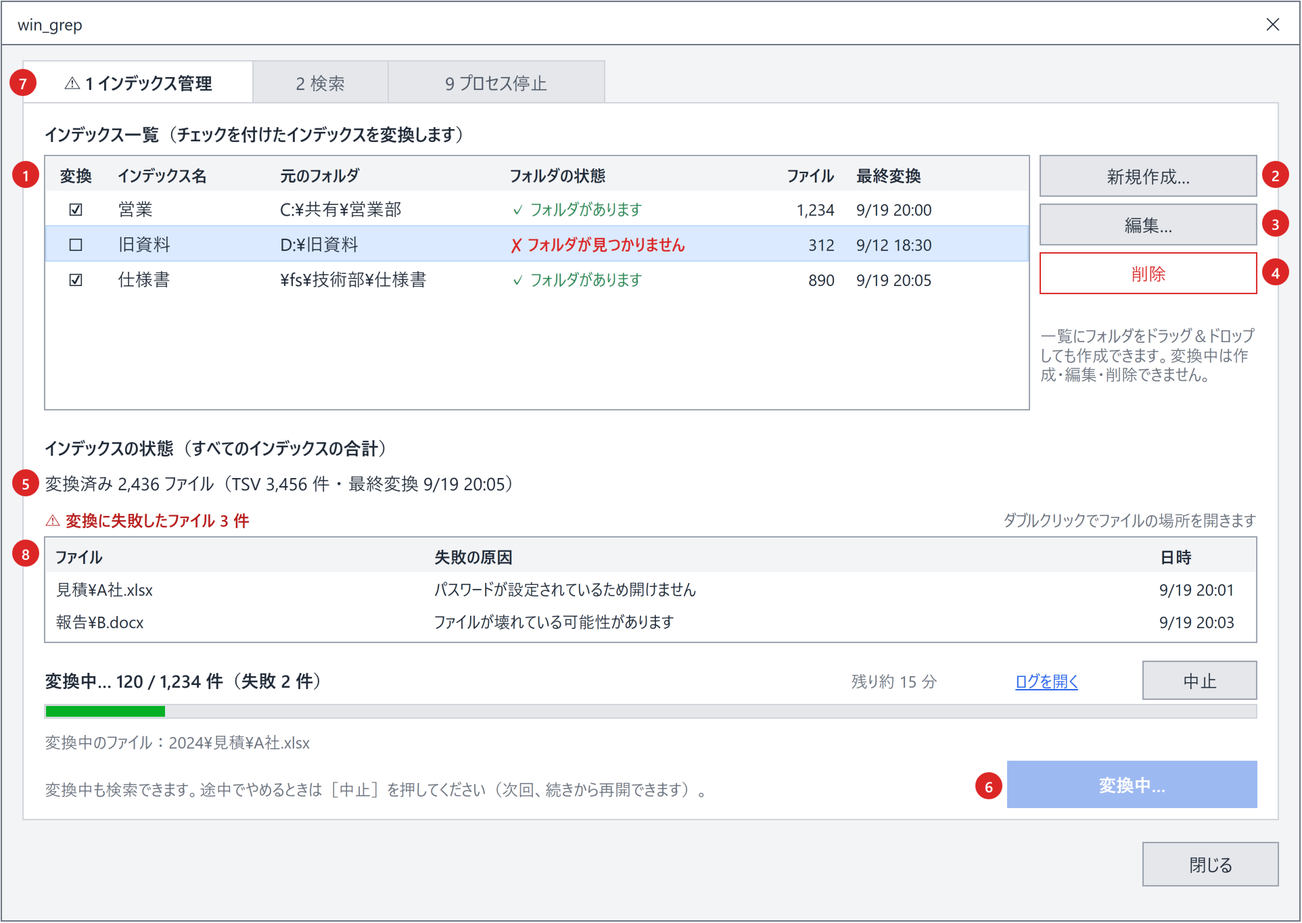
The draw.io diagram docs/images/画面_インデックス管理タブ.drawio.png in hsgwa/tebunko, before a commit. Source tidied: cells renumbered, new cells last; positions are measured from the earlier drawing's top-left corner, leaving out a move shared by most shapes.
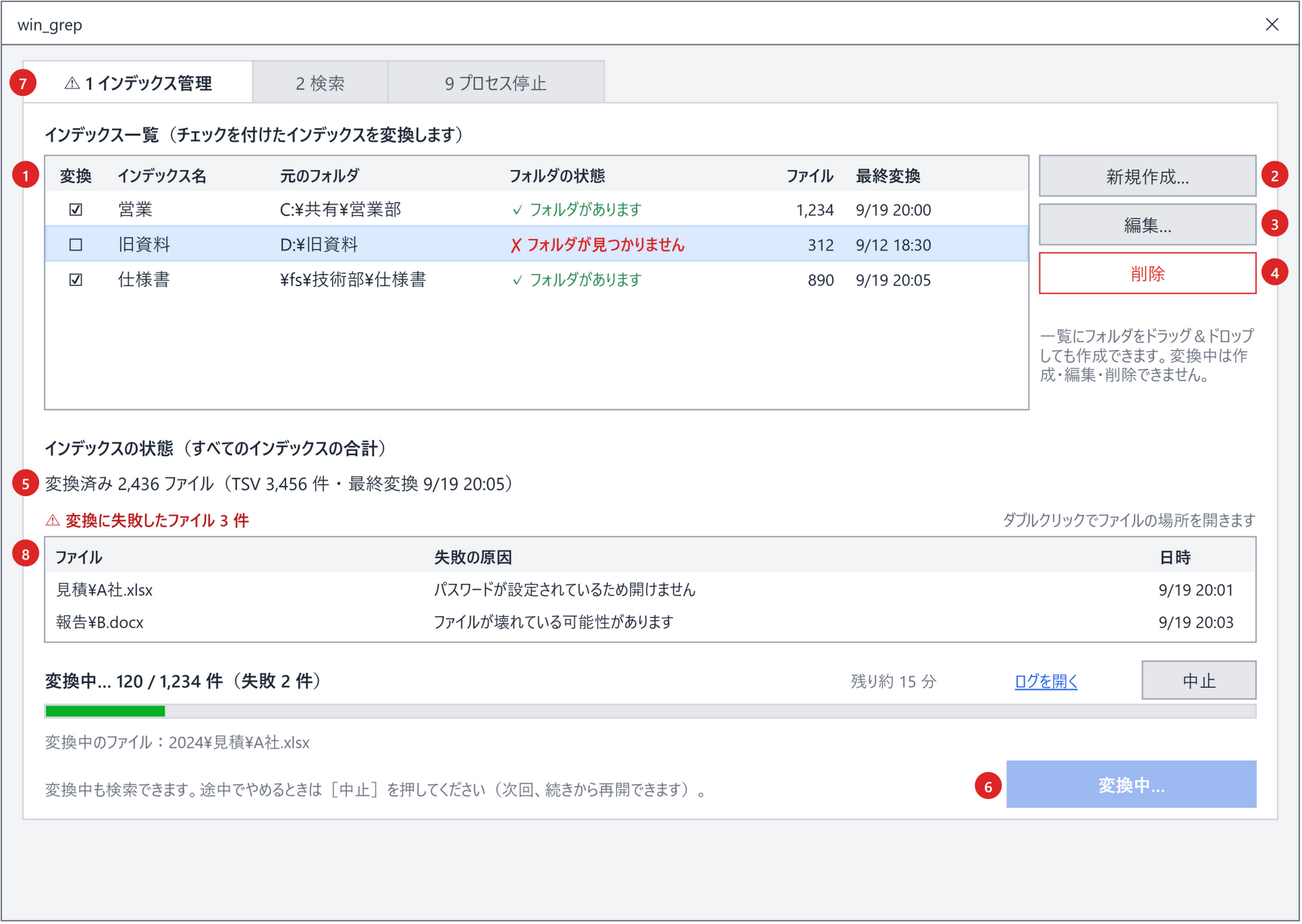
After the change.

What changed in the source:
```diff
@@ -23,9 +23,6 @@
     <mxCell id="8" style="html=1;rounded=0;whiteSpace=wrap;fillColor=#FFFFFF;strokeColor=#D1D5DB;fontColor=#1F2937;fontSize=13;fontFamily=Yu Gothic UI;fontStyle=0;align=left;verticalAlign=middle;spacing=0;spacingLeft=8;spacingRight=8;spacingTop=0;" parent="1" vertex="1">
       <mxGeometry x="16" y="75" width="928" height="530" as="geometry" />
     </mxCell>
-    <mxCell id="9" value="閉じる" style="html=1;rounded=0;whiteSpace=wrap;fillColor=#E5E7EB;strokeColor=#9CA3AF;fontColor=#1F2937;fontSize=13;fontFamily=Yu Gothic UI;fontStyle=0;align=center;verticalAlign=middle;spacing=0;spacingLeft=0;spacingRight=0;spacingTop=0;" parent="1" vertex="1">
-      <mxGeometry x="844" y="622" width="100" height="32" as="geometry" />
-    </mxCell>
     <mxCell id="10" value="インデックス一覧（チェックを付けたインデックスを変換します）" style="text;html=1;rounded=0;whiteSpace=wrap;fillColor=none;strokeColor=none;fontColor=#1F2937;fontSize=13;fontFamily=Yu Gothic UI;fontStyle=1;align=left;verticalAlign=middle;spacing=0;spacingLeft=0;spacingRight=0;spacingTop=0;" parent="1" vertex="1">
       <mxGeometry x="32" y="86" width="600" height="24" as="geometry" />
     </mxCell>
```
